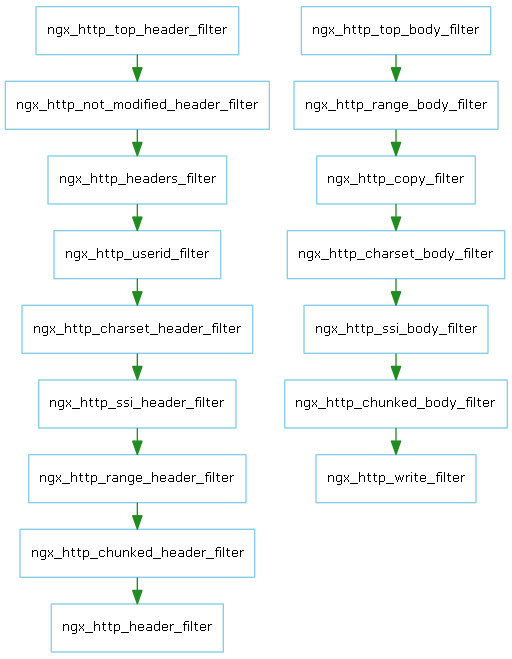
This is doc/Graph/http/http_filters.png from lingjf/nginx_analyse, a Graphviz export, as it was before one commit. Its source is kept beside it as doc/Graph/http/http_filters.gv. Source of this version:
```dot
digraph ngx_http_filter_chain {

   rankdir=TB;
   ranksep = 0.25;
   node [shape=record, color=skyblue, fontname="Verdana", fontsize=10];
   edge [color=forestgreen, fontname="Verdana", fontsize=10];

   ngx_http_top_header_filter ->
   ngx_http_not_modified_header_filter ->
   ngx_http_headers_filter ->
   ngx_http_userid_filter ->
   ngx_http_charset_header_filter ->
   ngx_http_ssi_header_filter ->
   ngx_http_range_header_filter ->
   ngx_http_chunked_header_filter ->
   ngx_http_header_filter;

   ngx_http_top_body_filter ->
   ngx_http_range_body_filter ->
   ngx_http_copy_filter ->
   ngx_http_charset_body_filter ->
   ngx_http_ssi_body_filter ->
   ngx_http_chunked_body_filter ->
   ngx_http_write_filter;

}
```
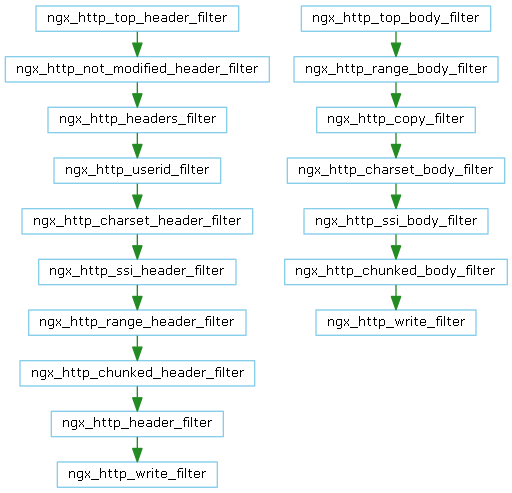
After the commit.

What changed in the source:
```diff
@@ -1,9 +1,12 @@
-digraph ngx_http_filter_chain {
+digraph ngx_http_filters {
 
    rankdir=TB;
    ranksep = 0.25;
-   node [shape=record, color=skyblue, fontname="Verdana", fontsize=10];
+   node [shape=record, color=skyblue, fontname="Verdana", fontsize=10, height=0.2];
    edge [color=forestgreen, fontname="Verdana", fontsize=10];
+
+   ngx_http_write_filter1 [label="ngx_http_write_filter"];
+   ngx_http_write_filter2 [label="ngx_http_write_filter"];
 
    ngx_http_top_header_filter ->
    ngx_http_not_modified_header_filter ->
@@ -13,7 +16,8 @@
    ngx_http_ssi_header_filter ->
    ngx_http_range_header_filter ->
    ngx_http_chunked_header_filter ->
-   ngx_http_header_filter;
+   ngx_http_header_filter ->
+   ngx_http_write_filter1;
 
    ngx_http_top_body_filter ->
    ngx_http_range_body_filter ->
@@ -21,6 +25,6 @@
    ngx_http_charset_body_filter ->
    ngx_http_ssi_body_filter ->
    ngx_http_chunked_body_filter ->
-   ngx_http_write_filter;
+   ngx_http_write_filter2;
 
 }
```
